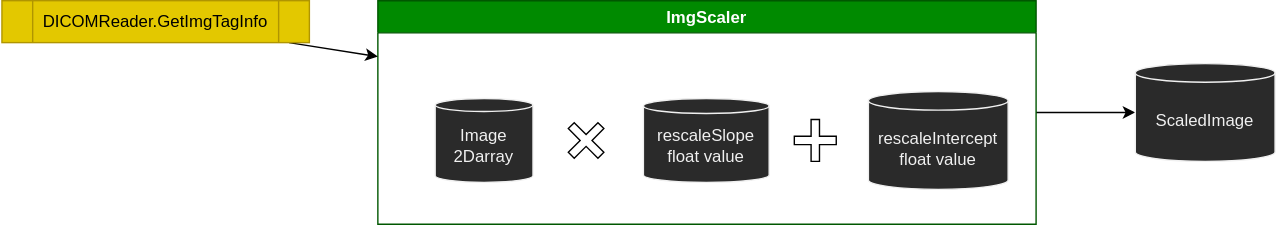
This is ImgScaler.drawio.svg from nawaday-code/Protector_controller, a draw.io export, as it was before one commit. Source tidied: cells renumbered, new cells last; positions are measured from the earlier drawing's top-left corner, leaving out a move shared by most shapes.
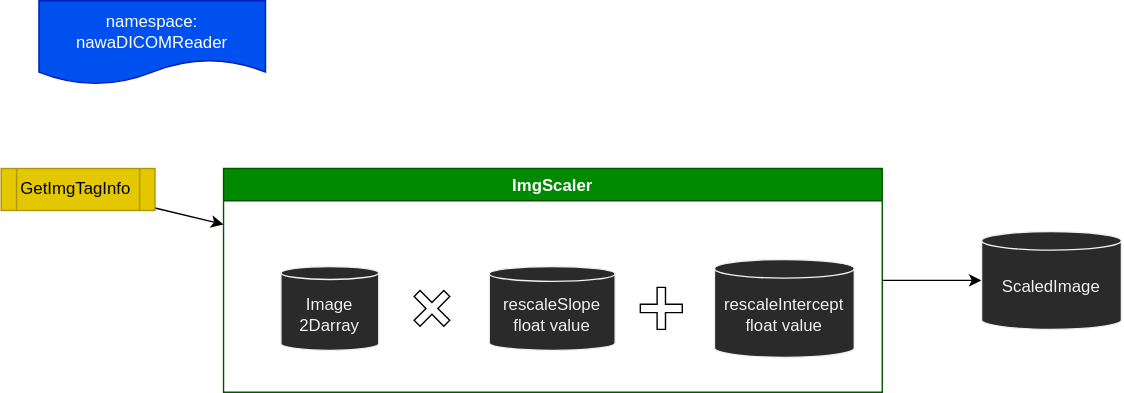
After the commit.

Change to the diagram source:
```diff
@@ -31,11 +31,14 @@
     <mxCell id="10" style="edgeStyle=none;html=1;entryX=0;entryY=0.25;entryDx=0;entryDy=0;" parent="1" edge="1" source="11" target="3">
       <mxGeometry relative="1" as="geometry" />
     </mxCell>
-    <mxCell id="11" value="DICOMReader.GetImgTagInfo" style="shape=process;whiteSpace=wrap;html=1;backgroundOutline=1;fillColor=#e3c800;strokeColor=#B09500;fontColor=#000000;" parent="1" vertex="1">
-      <mxGeometry width="220" height="30" as="geometry" />
+    <mxCell id="11" value="GetImgTagInfo" style="shape=process;whiteSpace=wrap;html=1;backgroundOutline=1;fillColor=#e3c800;strokeColor=#B09500;fontColor=#000000;" parent="1" vertex="1">
+      <mxGeometry x="110" width="110" height="30" as="geometry" />
     </mxCell>
     <mxCell id="12" value="ScaledImage" style="shape=cylinder3;whiteSpace=wrap;html=1;boundedLbl=1;backgroundOutline=1;size=6.666674296061188;fontFamily=Helvetica;fontSize=12;fontColor=#f0f0f0;align=center;strokeColor=#f0f0f0;fillColor=#2a2a2a;" parent="1" vertex="1">
       <mxGeometry x="811" y="45" width="100" height="70" as="geometry" />
     </mxCell>
+    <mxCell id="13" value="namespace:&lt;br&gt;nawaDICOMReader" style="shape=document;whiteSpace=wrap;html=1;boundedLbl=1;fontFamily=Helvetica;fontSize=12;fontColor=#ffffff;align=center;strokeColor=#001DBC;fillColor=#0050ef;" parent="1" vertex="1">
+      <mxGeometry x="137" y="-120" width="162" height="60" as="geometry" />
+    </mxCell>
   </root>
 </mxGraphModel>
```
